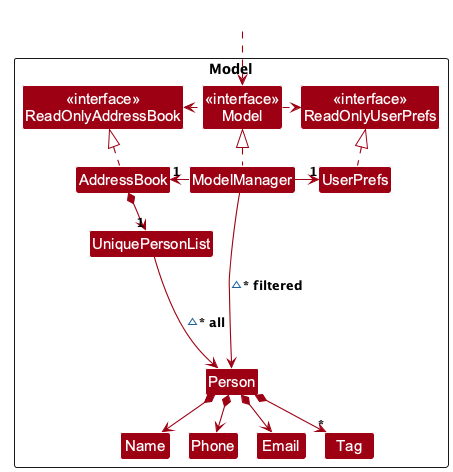
Earlier version of the PlantUML export docs/images/ModelClassDiagram.png (AY2627S1-CS2103T-W11-1/tp). Source of this version:
```plantuml
@startuml
!pragma layout smetana
!include style.puml
skinparam arrowThickness 1.1
skinparam arrowColor MODEL_COLOR
skinparam classBackgroundColor MODEL_COLOR

Package Model as ModelPackage <<Rectangle>>{
Class "<<interface>>\nReadOnlyAddressBook" as ReadOnlyAddressBook
Class "<<interface>>\nReadOnlyUserPrefs" as ReadOnlyUserPrefs
Class "<<interface>>\nModel" as Model
Class AddressBook
Class ModelManager
Class UserPrefs

Class UniquePersonList
Class Person
Class Email
Class Name
Class Phone
Class Tag

Class I #FFFFFF
}

Class HiddenOutside #FFFFFF
HiddenOutside ..> Model

AddressBook .up.|> ReadOnlyAddressBook

ModelManager .up.|> Model
Model .right.> ReadOnlyUserPrefs
Model .left.> ReadOnlyAddressBook
ModelManager -left-> "1" AddressBook
ModelManager -right-> "1" UserPrefs
UserPrefs .up.|> ReadOnlyUserPrefs

AddressBook *--> "1" UniquePersonList
UniquePersonList --> Person : ~* all
Person *--> Name
Person *--> Phone
Person *--> Email
Person *--> "*" Tag

Person -[hidden]up--> I
UniquePersonList -[hidden]right-> I

Name -[hidden]right-> Phone
Phone -[hidden]right-> Email

ModelManager --> Person : ~* filtered
@enduml
```
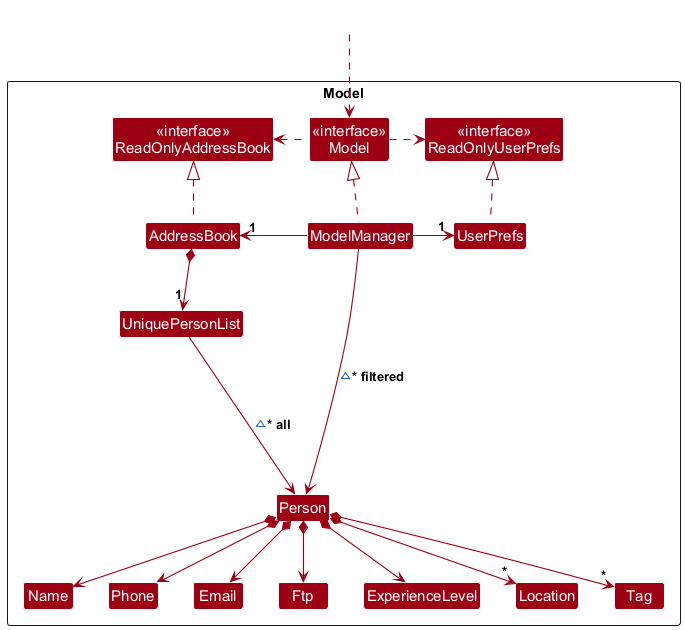
The same diagram one commit later.

Diff of the diagram source:
```diff
@@ -1,5 +1,4 @@
 @startuml
-!pragma layout smetana
 !include style.puml
 skinparam arrowThickness 1.1
 skinparam arrowColor MODEL_COLOR
@@ -18,6 +17,9 @@
 Class Email
 Class Name
 Class Phone
+Class Ftp
+Class ExperienceLevel
+Class Location
 Class Tag
 
 Class I #FFFFFF
@@ -40,6 +42,9 @@
 Person *--> Name
 Person *--> Phone
 Person *--> Email
+Person *--> Ftp
+Person *--> ExperienceLevel
+Person *--> "*" Location
 Person *--> "*" Tag
 
 Person -[hidden]up--> I
```
